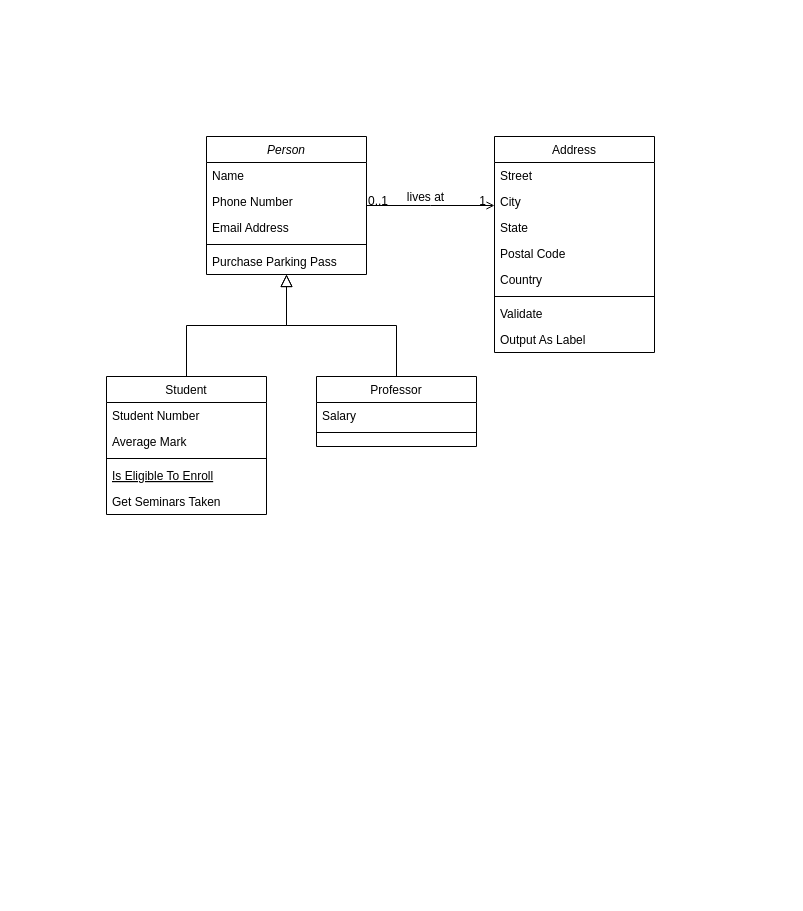
Before: Untitled Diagram.drawio in Ossama1994/Fill_Rouge_2-me_Ann-e, a draw.io diagram. Source tidied: cells renumbered, new cells numbered last; positions are measured from the earlier drawing's top-left corner, leaving out a move shared by most shapes. Both pictures are drawn from the tidied source at 100%, with x=0, y=0 at pixel (106, 136).
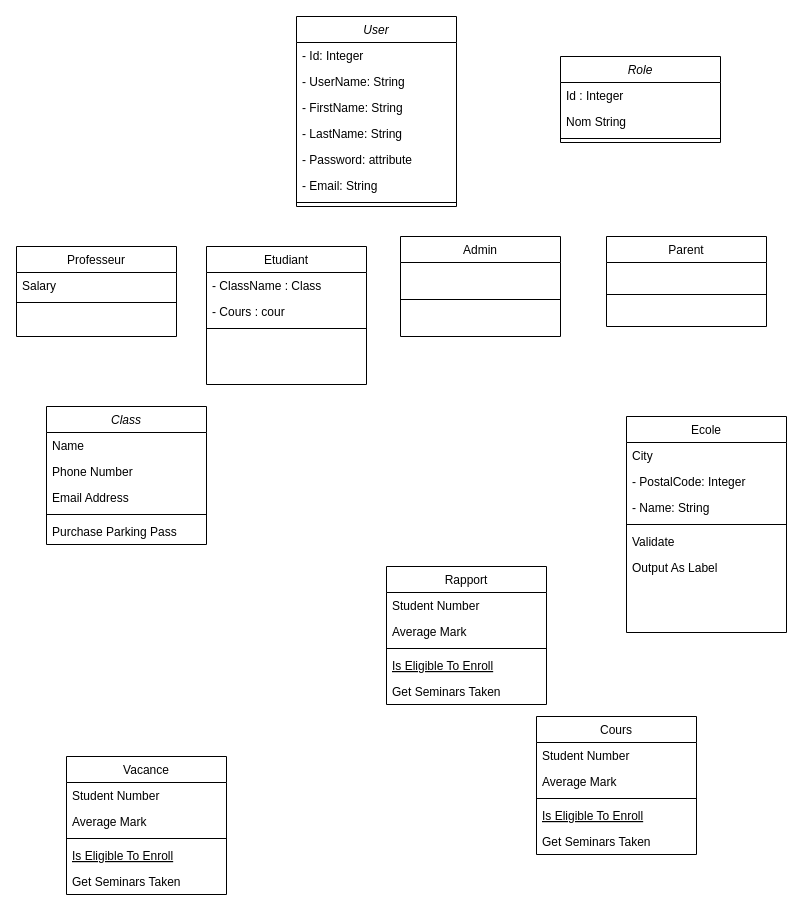
The same page after the edit.

Diff of the diagram source:
```diff
@@
-    <mxCell id="2" value="Person" style="swimlane;fontStyle=2;align=center;verticalAlign=top;horizontal=1;startSize=26;rounded=0;shadow=0;strokeWidth=1;" parent="1" vertex="1">
-      <mxGeometry x="100" width="160" height="138" as="geometry" />
+    <mxCell id="2" value="Class" style="swimlane;fontStyle=2;align=center;verticalAlign=top;horizontal=1;startSize=26;rounded=0;shadow=0;strokeWidth=1;" parent="1" vertex="1">
+      <mxGeometry x="-60" y="270" width="160" height="138" as="geometry" />
     </mxCell>
@@
-    <mxCell id="8" value="Student" style="swimlane;fontStyle=0;align=center;verticalAlign=top;horizontal=1;startSize=26;rounded=0;shadow=0;strokeWidth=1;" parent="1" vertex="1">
-      <mxGeometry y="240" width="160" height="138" as="geometry" />
+    <mxCell id="8" value="Etudiant" style="swimlane;fontStyle=0;align=center;verticalAlign=top;horizontal=1;startSize=26;rounded=0;shadow=0;strokeWidth=1;" parent="1" vertex="1">
+      <mxGeometry x="100" y="110" width="160" height="138" as="geometry" />
     </mxCell>
-    <mxCell id="9" value="Student Number" style="text;align=left;verticalAlign=top;spacingLeft=4;spacingRight=4;overflow=hidden;" parent="8" vertex="1">
+    <mxCell id="9" value="- ClassName : Class" style="text;align=left;verticalAlign=top;spacingLeft=4;spacingRight=4;overflow=hidden;" parent="8" vertex="1">
       <mxGeometry y="26" width="160" height="26" as="geometry" />
     </mxCell>
-    <mxCell id="10" value="Average Mark" style="text;align=left;verticalAlign=top;spacingLeft=4;spacingRight=4;overflow=hidden;rounded=0;shadow=0;html=0;" parent="8" vertex="1">
+    <mxCell id="10" value="- Cours : cour" style="text;align=left;verticalAlign=top;spacingLeft=4;spacingRight=4;overflow=hidden;rounded=0;shadow=0;html=0;" parent="8" vertex="1">
       <mxGeometry y="52" width="160" height="26" as="geometry" />
     </mxCell>
@@
-    <mxCell id="12" value="Is Eligible To Enroll" style="text;align=left;verticalAlign=top;spacingLeft=4;spacingRight=4;overflow=hidden;fontStyle=4;" parent="8" vertex="1">
-      <mxGeometry y="86" width="160" height="26" as="geometry" />
-    </mxCell>
-    <mxCell id="13" value="Get Seminars Taken" style="text;align=left;verticalAlign=top;spacingLeft=4;spacingRight=4;overflow=hidden;" parent="8" vertex="1">
-      <mxGeometry y="112" width="160" height="26" as="geometry" />
-    </mxCell>
-    <mxCell id="14" style="endArrow=block;endSize=10;endFill=0;shadow=0;strokeWidth=1;rounded=0;edgeStyle=elbowEdgeStyle;elbow=vertical;" parent="1" edge="1" source="8" target="2">
-      <mxGeometry relative="1" as="geometry" />
-    </mxCell>
-    <mxCell id="15" value="Professor" style="swimlane;fontStyle=0;align=center;verticalAlign=top;horizontal=1;startSize=26;rounded=0;shadow=0;strokeWidth=1;" parent="1" vertex="1">
-      <mxGeometry x="210" y="240" width="160" height="70" as="geometry" />
+    <mxCell id="15" value="Professeur" style="swimlane;fontStyle=0;align=center;verticalAlign=top;horizontal=1;startSize=26;rounded=0;shadow=0;strokeWidth=1;" parent="1" vertex="1">
+      <mxGeometry x="-90" y="110" width="160" height="90" as="geometry" />
     </mxCell>
@@
-    <mxCell id="18" style="endArrow=block;endSize=10;endFill=0;shadow=0;strokeWidth=1;rounded=0;edgeStyle=elbowEdgeStyle;elbow=vertical;" parent="1" edge="1" source="15" target="2">
-      <mxGeometry relative="1" as="geometry" />
-    </mxCell>
-    <mxCell id="19" value="Address" style="swimlane;fontStyle=0;align=center;verticalAlign=top;horizontal=1;startSize=26;rounded=0;shadow=0;strokeWidth=1;" parent="1" vertex="1">
-      <mxGeometry x="388" width="160" height="216" as="geometry" />
+    <mxCell id="19" value="Ecole" style="swimlane;fontStyle=0;align=center;verticalAlign=top;horizontal=1;startSize=26;rounded=0;shadow=0;strokeWidth=1;" parent="1" vertex="1">
+      <mxGeometry x="520" y="280" width="160" height="216" as="geometry" />
     </mxCell>
-    <mxCell id="20" value="Street" style="text;align=left;verticalAlign=top;spacingLeft=4;spacingRight=4;overflow=hidden;" parent="19" vertex="1">
-      <mxGeometry y="26" width="160" height="26" as="geometry" />
-    </mxCell>
     <mxCell id="21" value="City" style="text;align=left;verticalAlign=top;spacingLeft=4;spacingRight=4;overflow=hidden;rounded=0;shadow=0;html=0;" parent="19" vertex="1">
-      <mxGeometry y="52" width="160" height="26" as="geometry" />
+      <mxGeometry y="26" width="160" height="26" as="geometry" />
     </mxCell>
-    <mxCell id="22" value="State" style="text;align=left;verticalAlign=top;spacingLeft=4;spacingRight=4;overflow=hidden;rounded=0;shadow=0;html=0;" parent="19" vertex="1">
-      <mxGeometry y="78" width="160" height="26" as="geometry" />
-    </mxCell>
-    <mxCell id="23" value="Postal Code" style="text;align=left;verticalAlign=top;spacingLeft=4;spacingRight=4;overflow=hidden;rounded=0;shadow=0;html=0;" parent="19" vertex="1">
-      <mxGeometry y="104" width="160" height="26" as="geometry" />
-    </mxCell>
-    <mxCell id="24" value="Country" style="text;align=left;verticalAlign=top;spacingLeft=4;spacingRight=4;overflow=hidden;rounded=0;shadow=0;html=0;" parent="19" vertex="1">
-      <mxGeometry y="130" width="160" height="26" as="geometry" />
-    </mxCell>
+    <mxCell id="32" value="- PostalCode: Integer" style="text;strokeColor=none;fillColor=none;align=left;verticalAlign=top;spacingLeft=4;spacingRight=4;overflow=hidden;" parent="19" vertex="1">
+      <mxGeometry y="52" width="160" height="26" as="geometry" />
+    </mxCell>
+    <mxCell id="33" value="- Name: String" style="text;strokeColor=none;fillColor=none;align=left;verticalAlign=top;spacingLeft=4;spacingRight=4;overflow=hidden;" parent="19" vertex="1">
+      <mxGeometry y="78" width="160" height="26" as="geometry" />
+    </mxCell>
     <mxCell id="25" style="line;html=1;strokeWidth=1;align=left;verticalAlign=middle;spacingTop=-1;spacingLeft=3;spacingRight=3;labelPosition=right;" parent="19" vertex="1">
-      <mxGeometry y="156" width="160" height="8" as="geometry" />
+      <mxGeometry y="104" width="160" height="8" as="geometry" />
     </mxCell>
     <mxCell id="26" value="Validate" style="text;align=left;verticalAlign=top;spacingLeft=4;spacingRight=4;overflow=hidden;" parent="19" vertex="1">
-      <mxGeometry y="164" width="160" height="26" as="geometry" />
+      <mxGeometry y="112" width="160" height="26" as="geometry" />
     </mxCell>
     <mxCell id="27" value="Output As Label" style="text;align=left;verticalAlign=top;spacingLeft=4;spacingRight=4;overflow=hidden;" parent="19" vertex="1">
-      <mxGeometry y="190" width="160" height="26" as="geometry" />
+      <mxGeometry y="138" width="160" height="26" as="geometry" />
     </mxCell>
-    <mxCell id="28" style="endArrow=open;shadow=0;strokeWidth=1;rounded=0;endFill=1;edgeStyle=elbowEdgeStyle;elbow=vertical;" parent="1" edge="1" source="2" target="19">
-      <mxGeometry x="0.5" y="41" relative="1" as="geometry">
-        <mxPoint x="-40" y="32" as="offset" />
-      </mxGeometry>
-    </mxCell>
-    <mxCell id="29" value="0..1" style="align=left;verticalAlign=bottom;labelBackgroundColor=none;fontSize=12;" parent="28" vertex="1">
-      <mxGeometry x="-1" relative="1" as="geometry">
-        <mxPoint y="4" as="offset" />
-      </mxGeometry>
-    </mxCell>
-    <mxCell id="30" value="1" style="align=right;verticalAlign=bottom;labelBackgroundColor=none;fontSize=12;" parent="28" vertex="1">
-      <mxGeometry x="1" relative="1" as="geometry">
-        <mxPoint x="-7" y="4" as="offset" />
-      </mxGeometry>
-    </mxCell>
-    <mxCell id="31" value="lives at" style="text;html=1;align=center;verticalAlign=middle;labelBackgroundColor=none;rounded=0;shadow=0;strokeWidth=1;fontSize=12;" parent="28" vertex="1">
-      <mxGeometry x="0.5" y="49" relative="1" as="geometry">
-        <mxPoint x="-38" y="40" as="offset" />
-      </mxGeometry>
-    </mxCell>
+    <mxCell id="34" value="Cours" style="swimlane;fontStyle=0;align=center;verticalAlign=top;horizontal=1;startSize=26;rounded=0;shadow=0;strokeWidth=1;" parent="1" vertex="1">
+      <mxGeometry x="430" y="580" width="160" height="138" as="geometry" />
+    </mxCell>
+    <mxCell id="35" value="Student Number" style="text;align=left;verticalAlign=top;spacingLeft=4;spacingRight=4;overflow=hidden;" parent="34" vertex="1">
+      <mxGeometry y="26" width="160" height="26" as="geometry" />
+    </mxCell>
+    <mxCell id="36" value="Average Mark" style="text;align=left;verticalAlign=top;spacingLeft=4;spacingRight=4;overflow=hidden;rounded=0;shadow=0;html=0;" parent="34" vertex="1">
+      <mxGeometry y="52" width="160" height="26" as="geometry" />
+    </mxCell>
+    <mxCell id="37" style="line;html=1;strokeWidth=1;align=left;verticalAlign=middle;spacingTop=-1;spacingLeft=3;spacingRight=3;labelPosition=right;" parent="34" vertex="1">
+      <mxGeometry y="78" width="160" height="8" as="geometry" />
+    </mxCell>
+    <mxCell id="38" value="Is Eligible To Enroll" style="text;align=left;verticalAlign=top;spacingLeft=4;spacingRight=4;overflow=hidden;fontStyle=4;" parent="34" vertex="1">
+      <mxGeometry y="86" width="160" height="26" as="geometry" />
+    </mxCell>
+    <mxCell id="39" value="Get Seminars Taken" style="text;align=left;verticalAlign=top;spacingLeft=4;spacingRight=4;overflow=hidden;" parent="34" vertex="1">
+      <mxGeometry y="112" width="160" height="26" as="geometry" />
+    </mxCell>
+    <mxCell id="40" value="Rapport" style="swimlane;fontStyle=0;align=center;verticalAlign=top;horizontal=1;startSize=26;rounded=0;shadow=0;strokeWidth=1;" parent="1" vertex="1">
+      <mxGeometry x="280" y="430" width="160" height="138" as="geometry" />
+    </mxCell>
+    <mxCell id="41" value="Student Number" style="text;align=left;verticalAlign=top;spacingLeft=4;spacingRight=4;overflow=hidden;" parent="40" vertex="1">
+      <mxGeometry y="26" width="160" height="26" as="geometry" />
+    </mxCell>
+    <mxCell id="42" value="Average Mark" style="text;align=left;verticalAlign=top;spacingLeft=4;spacingRight=4;overflow=hidden;rounded=0;shadow=0;html=0;" parent="40" vertex="1">
+      <mxGeometry y="52" width="160" height="26" as="geometry" />
+    </mxCell>
+    <mxCell id="43" style="line;html=1;strokeWidth=1;align=left;verticalAlign=middle;spacingTop=-1;spacingLeft=3;spacingRight=3;labelPosition=right;" parent="40" vertex="1">
+      <mxGeometry y="78" width="160" height="8" as="geometry" />
+    </mxCell>
+    <mxCell id="44" value="Is Eligible To Enroll" style="text;align=left;verticalAlign=top;spacingLeft=4;spacingRight=4;overflow=hidden;fontStyle=4;" parent="40" vertex="1">
+      <mxGeometry y="86" width="160" height="26" as="geometry" />
+    </mxCell>
+    <mxCell id="45" value="Get Seminars Taken" style="text;align=left;verticalAlign=top;spacingLeft=4;spacingRight=4;overflow=hidden;" parent="40" vertex="1">
+      <mxGeometry y="112" width="160" height="26" as="geometry" />
+    </mxCell>
+    <mxCell id="46" value="Vacance" style="swimlane;fontStyle=0;align=center;verticalAlign=top;horizontal=1;startSize=26;rounded=0;shadow=0;strokeWidth=1;" parent="1" vertex="1">
+      <mxGeometry x="-40" y="620" width="160" height="138" as="geometry" />
+    </mxCell>
+    <mxCell id="47" value="Student Number" style="text;align=left;verticalAlign=top;spacingLeft=4;spacingRight=4;overflow=hidden;" parent="46" vertex="1">
+      <mxGeometry y="26" width="160" height="26" as="geometry" />
+    </mxCell>
+    <mxCell id="48" value="Average Mark" style="text;align=left;verticalAlign=top;spacingLeft=4;spacingRight=4;overflow=hidden;rounded=0;shadow=0;html=0;" parent="46" vertex="1">
+      <mxGeometry y="52" width="160" height="26" as="geometry" />
+    </mxCell>
+    <mxCell id="49" style="line;html=1;strokeWidth=1;align=left;verticalAlign=middle;spacingTop=-1;spacingLeft=3;spacingRight=3;labelPosition=right;" parent="46" vertex="1">
+      <mxGeometry y="78" width="160" height="8" as="geometry" />
+    </mxCell>
+    <mxCell id="50" value="Is Eligible To Enroll" style="text;align=left;verticalAlign=top;spacingLeft=4;spacingRight=4;overflow=hidden;fontStyle=4;" parent="46" vertex="1">
+      <mxGeometry y="86" width="160" height="26" as="geometry" />
+    </mxCell>
+    <mxCell id="51" value="Get Seminars Taken" style="text;align=left;verticalAlign=top;spacingLeft=4;spacingRight=4;overflow=hidden;" parent="46" vertex="1">
+      <mxGeometry y="112" width="160" height="26" as="geometry" />
+    </mxCell>
+    <mxCell id="52" value="User" style="swimlane;fontStyle=2;align=center;verticalAlign=top;horizontal=1;startSize=26;rounded=0;shadow=0;strokeWidth=1;" parent="1" vertex="1">
+      <mxGeometry x="190" y="-120" width="160" height="190" as="geometry" />
+    </mxCell>
+    <mxCell id="53" value="- Id: Integer " style="text;strokeColor=none;fillColor=none;align=left;verticalAlign=top;spacingLeft=4;spacingRight=4;overflow=hidden;" parent="52" vertex="1">
+      <mxGeometry y="26" width="160" height="26" as="geometry" />
+    </mxCell>
+    <mxCell id="54" value="- UserName: String" style="text;strokeColor=none;fillColor=none;align=left;verticalAlign=top;spacingLeft=4;spacingRight=4;overflow=hidden;" parent="52" vertex="1">
+      <mxGeometry y="52" width="160" height="26" as="geometry" />
+    </mxCell>
+    <mxCell id="55" value="- FirstName: String" style="text;strokeColor=none;fillColor=none;align=left;verticalAlign=top;spacingLeft=4;spacingRight=4;overflow=hidden;" parent="52" vertex="1">
+      <mxGeometry y="78" width="160" height="26" as="geometry" />
+    </mxCell>
+    <mxCell id="56" value="- LastName: String" style="text;strokeColor=none;fillColor=none;align=left;verticalAlign=top;spacingLeft=4;spacingRight=4;overflow=hidden;" parent="52" vertex="1">
+      <mxGeometry y="104" width="160" height="26" as="geometry" />
+    </mxCell>
+    <mxCell id="57" value="- Password: attribute" style="text;strokeColor=none;fillColor=none;align=left;verticalAlign=top;spacingLeft=4;spacingRight=4;overflow=hidden;" parent="52" vertex="1">
+      <mxGeometry y="130" width="160" height="26" as="geometry" />
+    </mxCell>
+    <mxCell id="58" value="- Email: String" style="text;strokeColor=none;fillColor=none;align=left;verticalAlign=top;spacingLeft=4;spacingRight=4;overflow=hidden;" parent="52" vertex="1">
+      <mxGeometry y="156" width="160" height="26" as="geometry" />
+    </mxCell>
+    <mxCell id="59" style="line;html=1;strokeWidth=1;align=left;verticalAlign=middle;spacingTop=-1;spacingLeft=3;spacingRight=3;labelPosition=right;" parent="52" vertex="1">
+      <mxGeometry y="182" width="160" height="8" as="geometry" />
+    </mxCell>
+    <mxCell id="60" value="Admin" style="swimlane;fontStyle=0;align=center;verticalAlign=top;horizontal=1;startSize=26;rounded=0;shadow=0;strokeWidth=1;" parent="1" vertex="1">
+      <mxGeometry x="294" y="100" width="160" height="100" as="geometry" />
+    </mxCell>
+    <mxCell id="61" style="line;html=1;strokeWidth=1;align=left;verticalAlign=middle;spacingTop=-1;spacingLeft=3;spacingRight=3;labelPosition=right;" parent="60" vertex="1">
+      <mxGeometry y="26" width="160" height="74" as="geometry" />
+    </mxCell>
+    <mxCell id="62" value="Parent" style="swimlane;fontStyle=0;align=center;verticalAlign=top;horizontal=1;startSize=26;rounded=0;shadow=0;strokeWidth=1;" parent="1" vertex="1">
+      <mxGeometry x="500" y="100" width="160" height="90" as="geometry" />
+    </mxCell>
+    <mxCell id="63" style="line;html=1;strokeWidth=1;align=left;verticalAlign=middle;spacingTop=-1;spacingLeft=3;spacingRight=3;labelPosition=right;" parent="62" vertex="1">
+      <mxGeometry y="26" width="160" height="64" as="geometry" />
+    </mxCell>
+    <mxCell id="64" value="Role" style="swimlane;fontStyle=2;align=center;verticalAlign=top;horizontal=1;startSize=26;rounded=0;shadow=0;strokeWidth=1;" parent="1" vertex="1">
+      <mxGeometry x="454" y="-80" width="160" height="86" as="geometry" />
+    </mxCell>
+    <mxCell id="65" value="Id : Integer" style="text;align=left;verticalAlign=top;spacingLeft=4;spacingRight=4;overflow=hidden;" parent="64" vertex="1">
+      <mxGeometry y="26" width="160" height="26" as="geometry" />
+    </mxCell>
+    <mxCell id="66" value="Nom String" style="text;align=left;verticalAlign=top;spacingLeft=4;spacingRight=4;overflow=hidden;rounded=0;shadow=0;html=0;" parent="64" vertex="1">
+      <mxGeometry y="52" width="160" height="26" as="geometry" />
+    </mxCell>
+    <mxCell id="67" style="line;html=1;strokeWidth=1;align=left;verticalAlign=middle;spacingTop=-1;spacingLeft=3;spacingRight=3;labelPosition=right;" parent="64" vertex="1">
+      <mxGeometry y="78" width="160" height="8" as="geometry" />
+    </mxCell>
```
